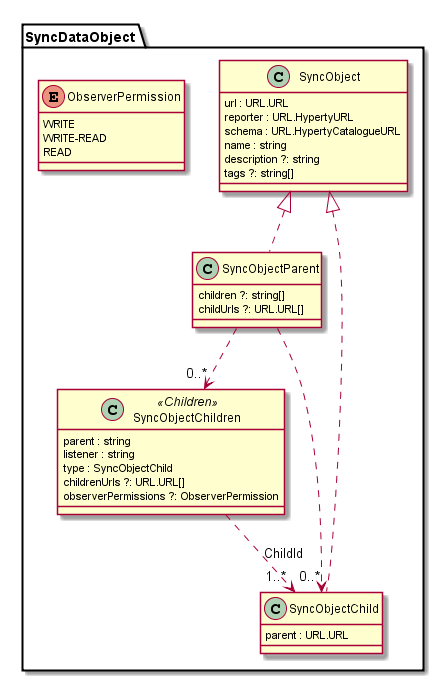
Above: docs/datamodel/data-objects/data-synch/SyncDataObject.png in reTHINK-project/dev-service-framework (PlantUML), before the change.
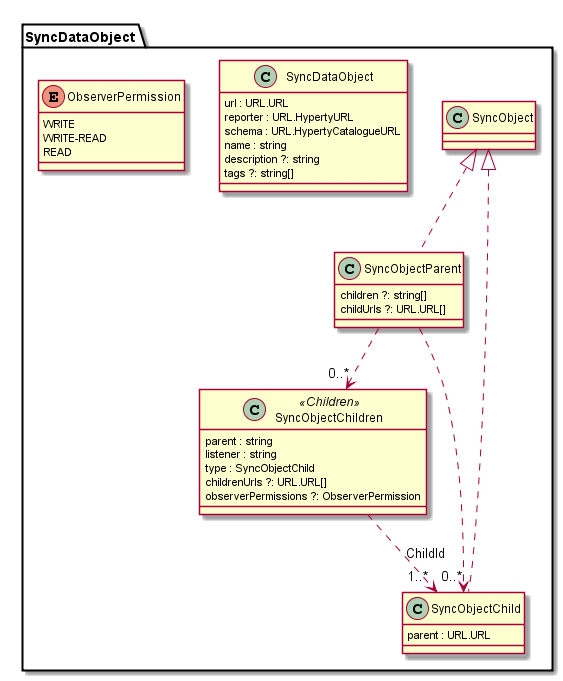
Above is the later version.

Diff of the diagram source:
```diff
@@ -2,7 +2,7 @@
 
 package SyncDataObject {
 
-	class SyncObject {
+	class SyncDataObject {
 		url : URL.URL
 		reporter : URL.HypertyURL
 		schema : URL.HypertyCatalogueURL
```
